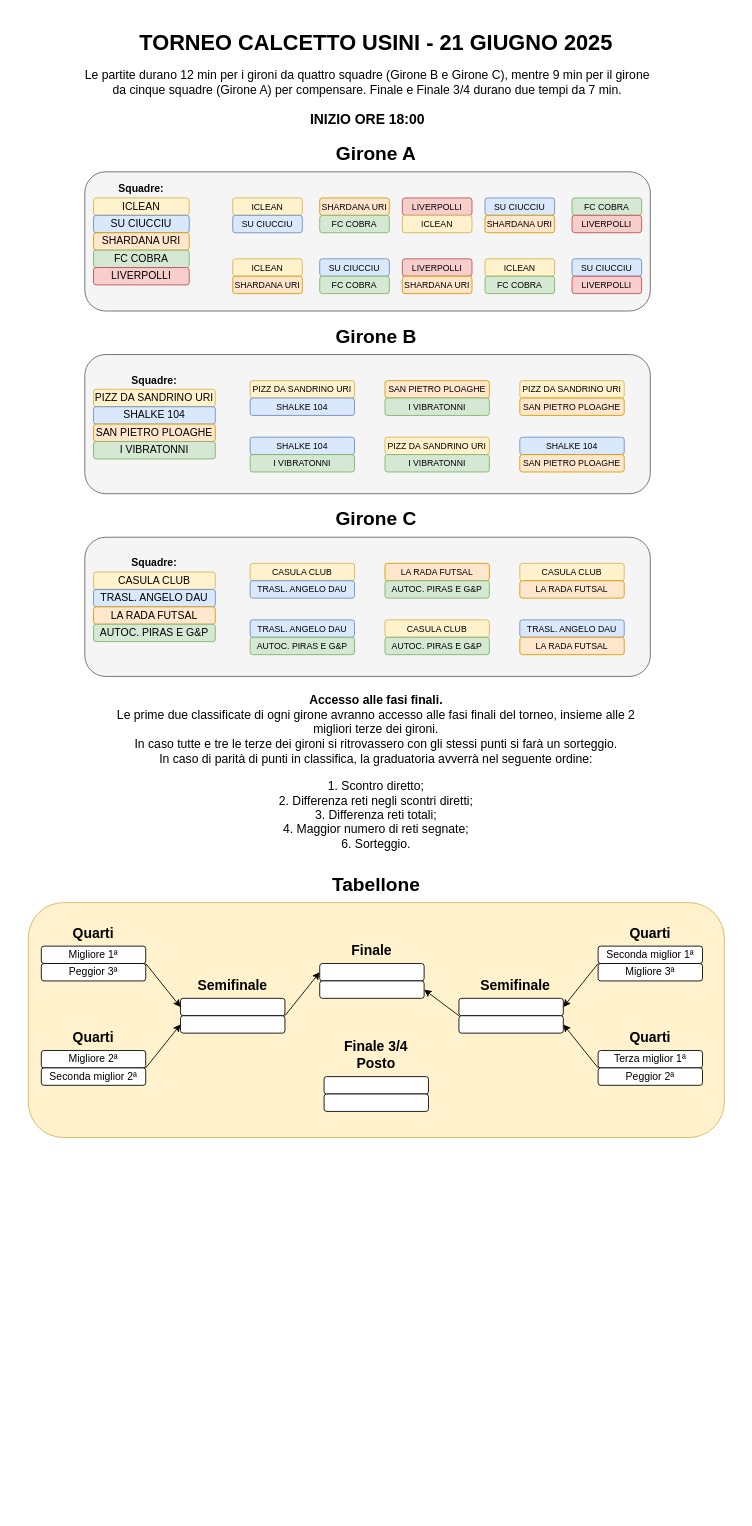
This is torneo-calcetto-2025/tabellone.drawio from cscalaresu/tornei, a draw.io file, before an edit. Source tidied: cells renumbered, new cells numbered last; positions are measured from the earlier drawing's top-left corner, leaving out a move shared by most shapes. Both pictures are drawn from the tidied source at 87%, with x=0, y=0 at pixel (15, 15).
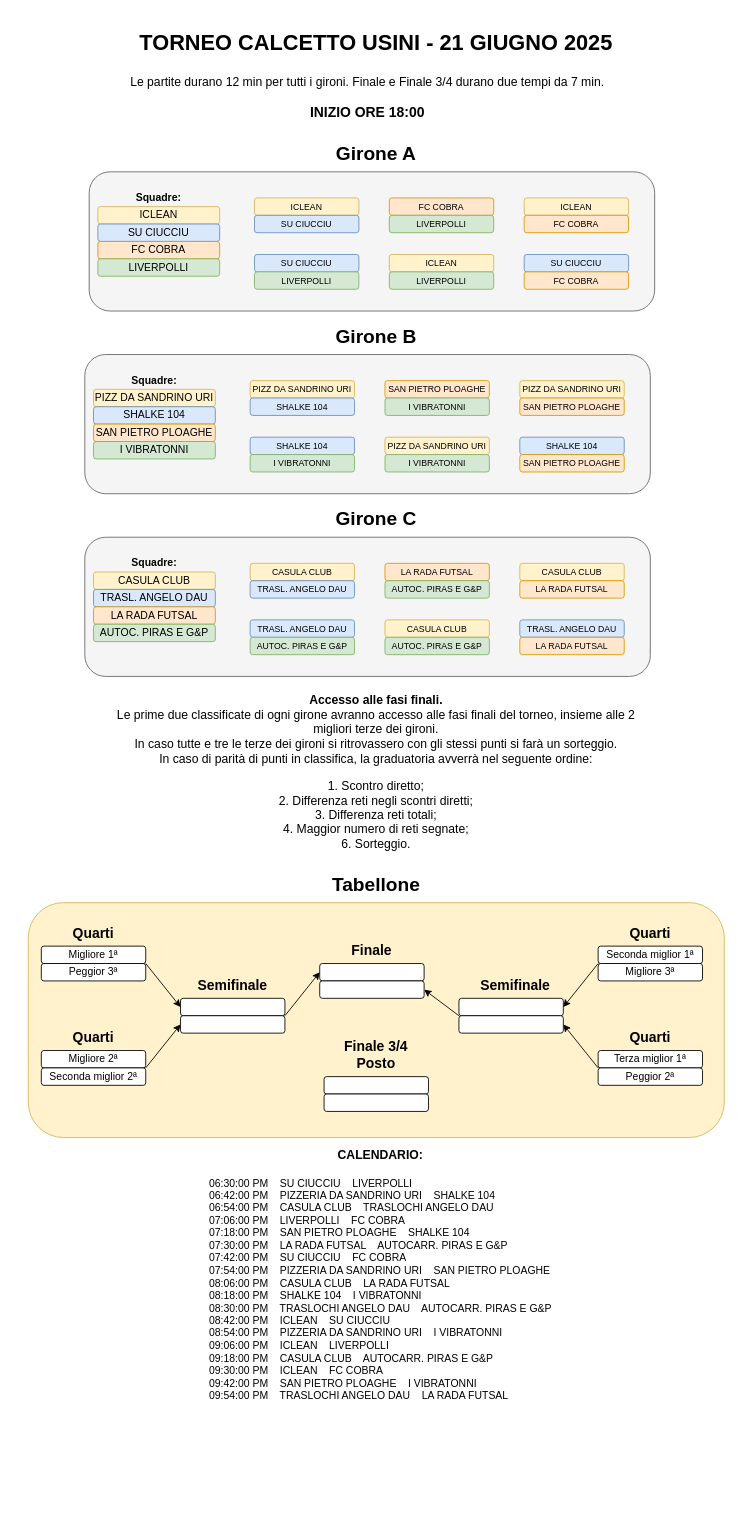
Above is the later version.

What changed in the source:
```diff
@@
-    <mxCell id="3" style="rounded=1;whiteSpace=wrap;html=1;fillColor=#f5f5f5;fontColor=#333333;strokeColor=#666666;" parent="1" vertex="1">
-      <mxGeometry x="80" y="180" width="650" height="160" as="geometry" />
-    </mxCell>
-    <mxCell id="4" value="ICLEAN" style="rounded=1;whiteSpace=wrap;html=1;fillColor=#fff2cc;strokeColor=#d6b656;" parent="1" vertex="1">
-      <mxGeometry x="90" y="210" width="110" height="20" as="geometry" />
-    </mxCell>
-    <mxCell id="5" value="SU CIUCCIU" style="rounded=1;whiteSpace=wrap;html=1;fillColor=#dae8fc;strokeColor=#6c8ebf;" parent="1" vertex="1">
-      <mxGeometry x="90" y="230" width="110" height="20" as="geometry" />
-    </mxCell>
-    <mxCell id="6" value="SHARDANA URI" style="rounded=1;whiteSpace=wrap;html=1;fillColor=#ffe6cc;strokeColor=#d79b00;" parent="1" vertex="1">
-      <mxGeometry x="90" y="250" width="110" height="20" as="geometry" />
-    </mxCell>
@@
-    <mxCell id="9" value="FC COBRA" style="rounded=1;whiteSpace=wrap;html=1;fillColor=#d5e8d4;strokeColor=#82b366;" parent="1" vertex="1">
-      <mxGeometry x="90" y="270" width="110" height="20" as="geometry" />
-    </mxCell>
-    <mxCell id="10" value="LIVERPOLLI" style="rounded=1;whiteSpace=wrap;html=1;fillColor=#f8cecc;strokeColor=#b85450;" parent="1" vertex="1">
-      <mxGeometry x="90" y="290" width="110" height="20" as="geometry" />
-    </mxCell>
-    <mxCell id="11" value="&lt;font style=&quot;font-size: 10px;&quot;&gt;ICLEAN&lt;/font&gt;" style="rounded=1;whiteSpace=wrap;html=1;fillColor=#fff2cc;strokeColor=#d6b656;" parent="1" vertex="1">
-      <mxGeometry x="250" y="210" width="80" height="20" as="geometry" />
-    </mxCell>
-    <mxCell id="12" value="&lt;font style=&quot;font-size: 10px;&quot;&gt;SU CIUCCIU&lt;/font&gt;" style="rounded=1;whiteSpace=wrap;html=1;fillColor=#dae8fc;strokeColor=#6c8ebf;" parent="1" vertex="1">
-      <mxGeometry x="250" y="230" width="80" height="20" as="geometry" />
-    </mxCell>
-    <mxCell id="13" value="&lt;font style=&quot;font-size: 10px;&quot;&gt;SHARDANA URI&lt;/font&gt;" style="rounded=1;whiteSpace=wrap;html=1;fillColor=#ffe6cc;strokeColor=#d79b00;" parent="1" vertex="1">
-      <mxGeometry x="350" y="210" width="80" height="20" as="geometry" />
-    </mxCell>
-    <mxCell id="14" value="&lt;font style=&quot;font-size: 10px;&quot;&gt;FC COBRA&lt;/font&gt;" style="rounded=1;whiteSpace=wrap;html=1;fillColor=#d5e8d4;strokeColor=#82b366;" parent="1" vertex="1">
-      <mxGeometry x="350" y="230" width="80" height="20" as="geometry" />
-    </mxCell>
-    <mxCell id="15" value="&lt;font style=&quot;font-size: 10px;&quot;&gt;LIVERPOLLI&lt;/font&gt;" style="rounded=1;whiteSpace=wrap;html=1;fillColor=#f8cecc;strokeColor=#b85450;" parent="1" vertex="1">
-      <mxGeometry x="445" y="210" width="80" height="20" as="geometry" />
-    </mxCell>
-    <mxCell id="16" value="&lt;font style=&quot;font-size: 10px;&quot;&gt;ICLEAN&lt;/font&gt;" style="rounded=1;whiteSpace=wrap;html=1;fillColor=#fff2cc;strokeColor=#d6b656;" parent="1" vertex="1">
-      <mxGeometry x="445" y="230" width="80" height="20" as="geometry" />
-    </mxCell>
-    <mxCell id="17" value="&lt;font style=&quot;font-size: 10px;&quot;&gt;SU CIUCCIU&lt;/font&gt;" style="rounded=1;whiteSpace=wrap;html=1;fillColor=#dae8fc;strokeColor=#6c8ebf;" parent="1" vertex="1">
-      <mxGeometry x="540" y="210" width="80" height="20" as="geometry" />
-    </mxCell>
-    <mxCell id="18" value="&lt;font style=&quot;font-size: 10px;&quot;&gt;SHARDANA URI&lt;/font&gt;" style="rounded=1;whiteSpace=wrap;html=1;fillColor=#ffe6cc;strokeColor=#d79b00;" parent="1" vertex="1">
-      <mxGeometry x="540" y="230" width="80" height="20" as="geometry" />
-    </mxCell>
-    <mxCell id="19" value="&lt;font style=&quot;font-size: 10px;&quot;&gt;FC COBRA&lt;/font&gt;" style="rounded=1;whiteSpace=wrap;html=1;fillColor=#d5e8d4;strokeColor=#82b366;" parent="1" vertex="1">
-      <mxGeometry x="640" y="210" width="80" height="20" as="geometry" />
-    </mxCell>
-    <mxCell id="20" value="&lt;font style=&quot;font-size: 10px;&quot;&gt;LIVERPOLLI&lt;/font&gt;" style="rounded=1;whiteSpace=wrap;html=1;fillColor=#f8cecc;strokeColor=#b85450;" parent="1" vertex="1">
-      <mxGeometry x="640" y="230" width="80" height="20" as="geometry" />
-    </mxCell>
-    <mxCell id="21" value="&lt;font style=&quot;font-size: 10px;&quot;&gt;ICLEAN&lt;/font&gt;" style="rounded=1;whiteSpace=wrap;html=1;fillColor=#fff2cc;strokeColor=#d6b656;" parent="1" vertex="1">
-      <mxGeometry x="250" y="280" width="80" height="20" as="geometry" />
-    </mxCell>
-    <mxCell id="22" value="&lt;font style=&quot;font-size: 10px;&quot;&gt;SHARDANA URI&lt;/font&gt;" style="rounded=1;whiteSpace=wrap;html=1;fillColor=#ffe6cc;strokeColor=#d79b00;" parent="1" vertex="1">
-      <mxGeometry x="250" y="300" width="80" height="20" as="geometry" />
-    </mxCell>
-    <mxCell id="23" value="&lt;font style=&quot;font-size: 10px;&quot;&gt;SU CIUCCIU&lt;/font&gt;" style="rounded=1;whiteSpace=wrap;html=1;fillColor=#dae8fc;strokeColor=#6c8ebf;" parent="1" vertex="1">
-      <mxGeometry x="350" y="280" width="80" height="20" as="geometry" />
-    </mxCell>
-    <mxCell id="24" value="&lt;font style=&quot;font-size: 10px;&quot;&gt;FC COBRA&lt;/font&gt;" style="rounded=1;whiteSpace=wrap;html=1;fillColor=#d5e8d4;strokeColor=#82b366;" parent="1" vertex="1">
-      <mxGeometry x="350" y="300" width="80" height="20" as="geometry" />
-    </mxCell>
-    <mxCell id="25" value="&lt;font style=&quot;font-size: 10px;&quot;&gt;LIVERPOLLI&lt;/font&gt;" style="rounded=1;whiteSpace=wrap;html=1;fillColor=#f8cecc;strokeColor=#b85450;" parent="1" vertex="1">
-      <mxGeometry x="445" y="280" width="80" height="20" as="geometry" />
-    </mxCell>
-    <mxCell id="26" value="&lt;font style=&quot;font-size: 10px;&quot;&gt;SHARDANA URI&lt;/font&gt;" style="rounded=1;whiteSpace=wrap;html=1;fillColor=#ffe6cc;strokeColor=#d79b00;" parent="1" vertex="1">
-      <mxGeometry x="445" y="300" width="80" height="20" as="geometry" />
-    </mxCell>
-    <mxCell id="27" value="&lt;font style=&quot;font-size: 10px;&quot;&gt;ICLEAN&lt;/font&gt;" style="rounded=1;whiteSpace=wrap;html=1;fillColor=#fff2cc;strokeColor=#d6b656;" parent="1" vertex="1">
-      <mxGeometry x="540" y="280" width="80" height="20" as="geometry" />
-    </mxCell>
-    <mxCell id="28" value="&lt;font style=&quot;font-size: 10px;&quot;&gt;FC COBRA&lt;/font&gt;" style="rounded=1;whiteSpace=wrap;html=1;fillColor=#d5e8d4;strokeColor=#82b366;" parent="1" vertex="1">
-      <mxGeometry x="540" y="300" width="80" height="20" as="geometry" />
-    </mxCell>
-    <mxCell id="29" value="&lt;font style=&quot;font-size: 10px;&quot;&gt;SU CIUCCIU&lt;/font&gt;" style="rounded=1;whiteSpace=wrap;html=1;fillColor=#dae8fc;strokeColor=#6c8ebf;" parent="1" vertex="1">
-      <mxGeometry x="640" y="280" width="80" height="20" as="geometry" />
-    </mxCell>
-    <mxCell id="30" value="&lt;font style=&quot;font-size: 10px;&quot;&gt;LIVERPOLLI&lt;/font&gt;" style="rounded=1;whiteSpace=wrap;html=1;fillColor=#f8cecc;strokeColor=#b85450;" parent="1" vertex="1">
-      <mxGeometry x="640" y="300" width="80" height="20" as="geometry" />
-    </mxCell>
@@
-    <mxCell id="67" value="&lt;b&gt;Squadre:&lt;/b&gt;" style="text;html=1;align=center;verticalAlign=middle;whiteSpace=wrap;rounded=0;" parent="1" vertex="1">
-      <mxGeometry x="90" y="190" width="110" height="20" as="geometry" />
-    </mxCell>
@@
-    <mxCell id="99" value="&lt;div&gt;&lt;font style=&quot;font-size: 14px;&quot;&gt;Le partite durano 12 min per i gironi da quattro squadre (Girone B e Girone C), mentre 9 min per il girone da cinque squadre (Girone A) per compensare. Finale e Finale 3/4 durano due tempi da 7 min.&lt;/font&gt;&lt;/div&gt;&lt;div&gt;&lt;font style=&quot;font-size: 14px;&quot;&gt;&lt;br&gt;&lt;/font&gt;&lt;/div&gt;&lt;div&gt;&lt;font style=&quot;font-size: 16px;&quot;&gt;&lt;b&gt;INIZIO ORE 18:00&lt;/b&gt;&lt;/font&gt;&lt;/div&gt;" style="text;html=1;align=center;verticalAlign=middle;whiteSpace=wrap;rounded=0;" parent="1" vertex="1">
+    <mxCell id="99" value="&lt;div&gt;&lt;font style=&quot;font-size: 14px;&quot;&gt;Le partite durano 12 min per tutti i gironi. Finale e Finale 3/4 durano due tempi da 7 min.&lt;/font&gt;&lt;/div&gt;&lt;div&gt;&lt;font style=&quot;font-size: 14px;&quot;&gt;&lt;br&gt;&lt;/font&gt;&lt;/div&gt;&lt;div&gt;&lt;font style=&quot;font-size: 16px;&quot;&gt;&lt;b&gt;INIZIO ORE 18:00&lt;/b&gt;&lt;/font&gt;&lt;/div&gt;" style="text;html=1;align=center;verticalAlign=middle;whiteSpace=wrap;rounded=0;" parent="1" vertex="1">
       <mxGeometry x="75" y="70" width="660" height="50" as="geometry" />
     </mxCell>
@@
     <mxCell id="103" style="rounded=1;whiteSpace=wrap;html=1;strokeColor=none;" parent="1" vertex="1">
-      <mxGeometry x="15" y="1300" width="795" height="120" as="geometry" />
+      <mxGeometry x="17.5" y="1600" width="795" height="120" as="geometry" />
     </mxCell>
+    <mxCell id="104" style="rounded=1;whiteSpace=wrap;html=1;fillColor=#f5f5f5;fontColor=#333333;strokeColor=#666666;" parent="1" vertex="1">
+      <mxGeometry x="85" y="180" width="650" height="160" as="geometry" />
+    </mxCell>
+    <mxCell id="4" value="ICLEAN" style="rounded=1;whiteSpace=wrap;html=1;fillColor=#fff2cc;strokeColor=#d6b656;" parent="1" vertex="1">
+      <mxGeometry x="95" y="220" width="140" height="20" as="geometry" />
+    </mxCell>
+    <mxCell id="5" value="SU CIUCCIU" style="rounded=1;whiteSpace=wrap;html=1;fillColor=#dae8fc;strokeColor=#6c8ebf;" parent="1" vertex="1">
+      <mxGeometry x="95" y="240" width="140" height="20" as="geometry" />
+    </mxCell>
+    <mxCell id="105" value="FC COBRA" style="rounded=1;whiteSpace=wrap;html=1;fillColor=#ffe6cc;strokeColor=#d79b00;" parent="1" vertex="1">
+      <mxGeometry x="95" y="260" width="140" height="20" as="geometry" />
+    </mxCell>
+    <mxCell id="106" value="LIVERPOLLI" style="rounded=1;whiteSpace=wrap;html=1;fillColor=#d5e8d4;strokeColor=#82b366;" parent="1" vertex="1">
+      <mxGeometry x="95" y="280" width="140" height="20" as="geometry" />
+    </mxCell>
+    <mxCell id="107" value="&lt;font style=&quot;font-size: 10px;&quot;&gt;ICLEAN&lt;/font&gt;" style="rounded=1;whiteSpace=wrap;html=1;fillColor=#fff2cc;strokeColor=#d6b656;" parent="1" vertex="1">
+      <mxGeometry x="275" y="210" width="120" height="20" as="geometry" />
+    </mxCell>
+    <mxCell id="108" value="&lt;font style=&quot;font-size: 10px;&quot;&gt;SU CIUCCIU&lt;/font&gt;" style="rounded=1;whiteSpace=wrap;html=1;fillColor=#dae8fc;strokeColor=#6c8ebf;" parent="1" vertex="1">
+      <mxGeometry x="275" y="230" width="120" height="20" as="geometry" />
+    </mxCell>
+    <mxCell id="109" value="&lt;font style=&quot;font-size: 10px;&quot;&gt;FC COBRA&lt;/font&gt;" style="rounded=1;whiteSpace=wrap;html=1;fillColor=#ffe6cc;strokeColor=#d79b00;" parent="1" vertex="1">
+      <mxGeometry x="430" y="210" width="120" height="20" as="geometry" />
+    </mxCell>
+    <mxCell id="110" value="&lt;font style=&quot;font-size: 10px;&quot;&gt;LIVERPOLLI&lt;/font&gt;" style="rounded=1;whiteSpace=wrap;html=1;fillColor=#d5e8d4;strokeColor=#82b366;" parent="1" vertex="1">
+      <mxGeometry x="430" y="230" width="120" height="20" as="geometry" />
+    </mxCell>
+    <mxCell id="111" value="&lt;font style=&quot;font-size: 10px;&quot;&gt;ICLEAN&lt;/font&gt;" style="rounded=1;whiteSpace=wrap;html=1;fillColor=#fff2cc;strokeColor=#d6b656;" parent="1" vertex="1">
+      <mxGeometry x="585" y="210" width="120" height="20" as="geometry" />
+    </mxCell>
+    <mxCell id="112" value="&lt;font style=&quot;font-size: 10px;&quot;&gt;FC COBRA&lt;/font&gt;" style="rounded=1;whiteSpace=wrap;html=1;fillColor=#ffe6cc;strokeColor=#d79b00;" parent="1" vertex="1">
+      <mxGeometry x="585" y="230" width="120" height="20" as="geometry" />
+    </mxCell>
+    <mxCell id="113" value="&lt;font style=&quot;font-size: 10px;&quot;&gt;SU CIUCCIU&lt;/font&gt;" style="rounded=1;whiteSpace=wrap;html=1;fillColor=#dae8fc;strokeColor=#6c8ebf;" parent="1" vertex="1">
+      <mxGeometry x="275" y="275" width="120" height="20" as="geometry" />
+    </mxCell>
+    <mxCell id="114" value="&lt;font style=&quot;font-size: 10px;&quot;&gt;LIVERPOLLI&lt;/font&gt;" style="rounded=1;whiteSpace=wrap;html=1;fillColor=#d5e8d4;strokeColor=#82b366;" parent="1" vertex="1">
+      <mxGeometry x="275" y="295" width="120" height="20" as="geometry" />
+    </mxCell>
+    <mxCell id="115" value="&lt;font style=&quot;font-size: 10px;&quot;&gt;ICLEAN&lt;/font&gt;" style="rounded=1;whiteSpace=wrap;html=1;fillColor=#fff2cc;strokeColor=#d6b656;" parent="1" vertex="1">
+      <mxGeometry x="430" y="275" width="120" height="20" as="geometry" />
+    </mxCell>
+    <mxCell id="116" value="&lt;font style=&quot;font-size: 10px;&quot;&gt;LIVERPOLLI&lt;/font&gt;" style="rounded=1;whiteSpace=wrap;html=1;fillColor=#d5e8d4;strokeColor=#82b366;" parent="1" vertex="1">
+      <mxGeometry x="430" y="295" width="120" height="20" as="geometry" />
+    </mxCell>
+    <mxCell id="117" value="&lt;font style=&quot;font-size: 10px;&quot;&gt;SU CIUCCIU&lt;/font&gt;" style="rounded=1;whiteSpace=wrap;html=1;fillColor=#dae8fc;strokeColor=#6c8ebf;" parent="1" vertex="1">
+      <mxGeometry x="585" y="275" width="120" height="20" as="geometry" />
+    </mxCell>
+    <mxCell id="118" value="&lt;font style=&quot;font-size: 10px;&quot;&gt;FC COBRA&lt;/font&gt;" style="rounded=1;whiteSpace=wrap;html=1;fillColor=#ffe6cc;strokeColor=#d79b00;" parent="1" vertex="1">
+      <mxGeometry x="585" y="295" width="120" height="20" as="geometry" />
+    </mxCell>
+    <mxCell id="67" value="&lt;b&gt;Squadre:&lt;/b&gt;" style="text;html=1;align=center;verticalAlign=middle;whiteSpace=wrap;rounded=0;" parent="1" vertex="1">
+      <mxGeometry x="110" y="200" width="110" height="20" as="geometry" />
+    </mxCell>
+    <mxCell id="119" value="&lt;div align=&quot;center&quot;&gt;&lt;font style=&quot;font-size: 14px;&quot;&gt;&lt;b&gt;CALENDARIO:&lt;/b&gt;&lt;/font&gt;&lt;/div&gt;&lt;div align=&quot;center&quot;&gt;&lt;font style=&quot;font-size: 14px;&quot;&gt;&lt;b&gt;&lt;br&gt;&lt;/b&gt;&lt;/font&gt;&lt;/div&gt;&lt;div align=&quot;left&quot;&gt;06:30:00 PM&amp;nbsp; &amp;nbsp; SU CIUCCIU&amp;nbsp; &amp;nbsp; LIVERPOLLI&lt;br&gt;06:42:00 PM&amp;nbsp; &amp;nbsp; PIZZERIA DA SANDRINO URI&amp;nbsp; &amp;nbsp; SHALKE 104&lt;br&gt;06:54:00 PM&amp;nbsp; &amp;nbsp; CASULA CLUB&amp;nbsp; &amp;nbsp; TRASLOCHI ANGELO DAU&lt;br&gt;07:06:00 PM&amp;nbsp; &amp;nbsp; LIVERPOLLI&amp;nbsp; &amp;nbsp; FC COBRA&lt;br&gt;07:18:00 PM&amp;nbsp; &amp;nbsp; SAN PIETRO PLOAGHE&amp;nbsp; &amp;nbsp; SHALKE 104&lt;br&gt;07:30:00 PM&amp;nbsp; &amp;nbsp; LA RADA FUTSAL&amp;nbsp; &amp;nbsp; AUTOCARR. PIRAS E G&amp;amp;P&lt;br&gt;07:42:00 PM&amp;nbsp; &amp;nbsp; SU CIUCCIU&amp;nbsp; &amp;nbsp; FC COBRA&lt;br&gt;07:54:00 PM&amp;nbsp; &amp;nbsp; PIZZERIA DA SANDRINO URI&amp;nbsp; &amp;nbsp; SAN PIETRO PLOAGHE&lt;br&gt;08:06:00 PM&amp;nbsp; &amp;nbsp; CASULA CLUB&amp;nbsp; &amp;nbsp; LA RADA FUTSAL&lt;br&gt;08:18:00 PM&amp;nbsp; &amp;nbsp; SHALKE 104&amp;nbsp; &amp;nbsp; I VIBRATONNI&lt;br&gt;08:30:00 PM&amp;nbsp; &amp;nbsp; TRASLOCHI ANGELO DAU&amp;nbsp; &amp;nbsp; AUTOCARR. PIRAS E G&amp;amp;P&lt;br&gt;08:42:00 PM&amp;nbsp; &amp;nbsp; ICLEAN&amp;nbsp; &amp;nbsp; SU CIUCCIU&lt;br&gt;08:54:00 PM&amp;nbsp; &amp;nbsp; PIZZERIA DA SANDRINO URI&amp;nbsp; &amp;nbsp; I VIBRATONNI&lt;br&gt;09:06:00 PM&amp;nbsp; &amp;nbsp; ICLEAN&amp;nbsp; &amp;nbsp; LIVERPOLLI&lt;br&gt;09:18:00 PM&amp;nbsp; &amp;nbsp; CASULA CLUB&amp;nbsp; &amp;nbsp; AUTOCARR. PIRAS E G&amp;amp;P&lt;br&gt;09:30:00 PM&amp;nbsp; &amp;nbsp; ICLEAN&amp;nbsp; &amp;nbsp; FC COBRA&lt;br&gt;09:42:00 PM&amp;nbsp; &amp;nbsp; SAN PIETRO PLOAGHE&amp;nbsp; &amp;nbsp; I VIBRATONNI&lt;br&gt;09:54:00 PM&amp;nbsp; &amp;nbsp; TRASLOCHI ANGELO DAU&amp;nbsp; &amp;nbsp; LA RADA FUTSAL&lt;/div&gt;&lt;div align=&quot;left&quot;&gt;&lt;br&gt;&lt;/div&gt;" style="text;html=1;align=center;verticalAlign=middle;whiteSpace=wrap;rounded=0;" parent="1" vertex="1">
+      <mxGeometry x="20" y="1310" width="800" height="290" as="geometry" />
+    </mxCell>
```
